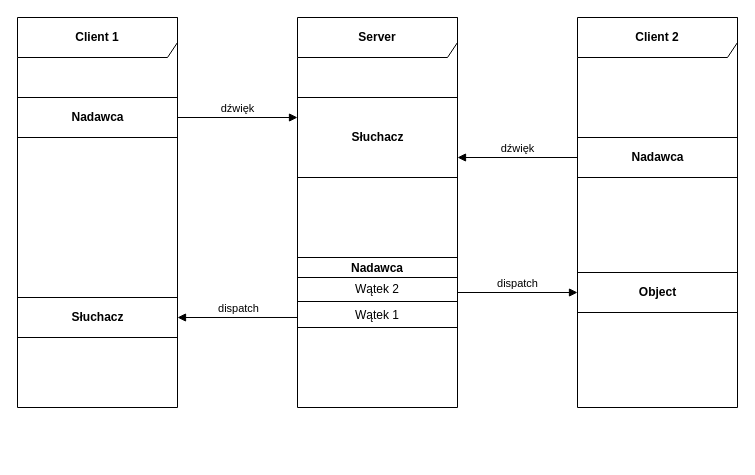
The draw.io diagram Diagram.drawio in Robak132/WiFi-Talkie, before the edit. Source tidied: cells renumbered, new cells numbered last; positions are measured from the earlier drawing's top-left corner, leaving out a move shared by most shapes. Both pictures are drawn from the tidied source at 100%, with x=0, y=0 at pixel (17, 17).
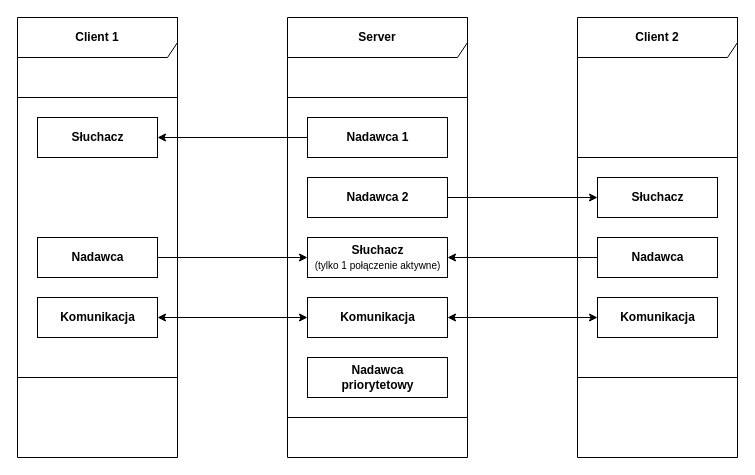
The same diagram, later.

Commit message (it also covers changes not shown here):
Small refactoring and updated diagram

Diff of the diagram source:
```diff
@@
     <mxCell id="2" value="&lt;b&gt;Client 1&lt;/b&gt;" style="shape=umlFrame;whiteSpace=wrap;html=1;width=160;height=40;" parent="1" vertex="1">
-      <mxGeometry width="160" height="390" as="geometry" />
+      <mxGeometry width="160" height="440" as="geometry" />
     </mxCell>
+    <mxCell id="20" style="rounded=0;whiteSpace=wrap;html=1;" parent="1" vertex="1">
+      <mxGeometry y="80" width="160" height="280" as="geometry" />
+    </mxCell>
-    <mxCell id="3" value="&lt;b&gt;Server&lt;/b&gt;" style="shape=umlFrame;whiteSpace=wrap;html=1;width=160;height=40;" parent="1" vertex="1">
-      <mxGeometry x="280" width="160" height="390" as="geometry" />
+    <mxCell id="3" value="&lt;b&gt;Server&lt;/b&gt;" style="shape=umlFrame;whiteSpace=wrap;html=1;width=180;height=40;" parent="1" vertex="1">
+      <mxGeometry x="270" width="180" height="440" as="geometry" />
     </mxCell>
     <mxCell id="4" value="&lt;b&gt;Client 2&lt;/b&gt;" style="shape=umlFrame;whiteSpace=wrap;html=1;width=160;height=40;" parent="1" vertex="1">
-      <mxGeometry x="560" width="160" height="390" as="geometry" />
+      <mxGeometry x="560" width="160" height="440" as="geometry" />
     </mxCell>
     <mxCell id="5" value="&lt;b&gt;Nadawca&lt;/b&gt;" style="html=1;" parent="1" vertex="1">
-      <mxGeometry y="80" width="160" height="40" as="geometry" />
+      <mxGeometry x="20" y="220" width="120" height="40" as="geometry" />
     </mxCell>
     <mxCell id="6" value="&lt;span style=&quot;font-family: &amp;#34;arial&amp;#34;&quot;&gt;&lt;font style=&quot;font-size: 12px&quot;&gt;&lt;b&gt;Słuchacz&lt;/b&gt;&lt;/font&gt;&lt;/span&gt;" style="html=1;" parent="1" vertex="1">
-      <mxGeometry y="280" width="160" height="40" as="geometry" />
+      <mxGeometry x="20" y="100" width="120" height="40" as="geometry" />
     </mxCell>
+    <mxCell id="21" style="edgeStyle=orthogonalEdgeStyle;rounded=0;orthogonalLoop=1;jettySize=auto;html=1;exitX=0.5;exitY=1;exitDx=0;exitDy=0;" parent="1" edge="1" source="6" target="6">
+      <mxGeometry relative="1" as="geometry" />
+    </mxCell>
+    <mxCell id="22" style="rounded=0;whiteSpace=wrap;html=1;" parent="1" vertex="1">
+      <mxGeometry x="270" y="80" width="180" height="320" as="geometry" />
+    </mxCell>
+    <mxCell id="23" value="&lt;b&gt;Komunikacja&lt;/b&gt;" style="html=1;" parent="1" vertex="1">
+      <mxGeometry x="20" y="280" width="120" height="40" as="geometry" />
+    </mxCell>
+    <mxCell id="24" value="&lt;span style=&quot;font-family: &amp;#34;arial&amp;#34;&quot;&gt;&lt;font style=&quot;font-size: 12px&quot;&gt;&lt;b&gt;Nadawca 1&lt;/b&gt;&lt;/font&gt;&lt;/span&gt;" style="html=1;" parent="1" vertex="1">
+      <mxGeometry x="290" y="100" width="140" height="40" as="geometry" />
+    </mxCell>
+    <mxCell id="25" style="endArrow=classic;html=1;exitX=0;exitY=0.5;exitDx=0;exitDy=0;entryX=1;entryY=0.5;entryDx=0;entryDy=0;" parent="1" edge="1" source="24" target="6">
+      <mxGeometry relative="1" as="geometry" />
+    </mxCell>
+    <mxCell id="26" style="rounded=0;whiteSpace=wrap;html=1;" parent="1" vertex="1">
+      <mxGeometry x="560" y="140" width="160" height="220" as="geometry" />
+    </mxCell>
+    <mxCell id="8" value="&lt;b&gt;Nadawca&lt;/b&gt;" style="html=1;" parent="1" vertex="1">
+      <mxGeometry x="580" y="220" width="120" height="40" as="geometry" />
+    </mxCell>
-    <mxCell id="7" value="&lt;span style=&quot;font-family: &amp;#34;arial&amp;#34;&quot;&gt;&lt;b&gt;Słuchacz&lt;/b&gt;&lt;/span&gt;" style="html=1;" parent="1" vertex="1">
-      <mxGeometry x="280" y="80" width="160" height="80" as="geometry" />
+    <mxCell id="7" value="&lt;span style=&quot;font-family: &amp;#34;arial&amp;#34;&quot;&gt;&lt;font style=&quot;font-size: 12px&quot;&gt;&lt;b&gt;Słuchacz&lt;/b&gt;&lt;/font&gt;&lt;/span&gt;" style="html=1;" parent="1" vertex="1">
+      <mxGeometry x="580" y="160" width="120" height="40" as="geometry" />
     </mxCell>
-    <mxCell id="8" value="&lt;b&gt;Nadawca&lt;/b&gt;" style="html=1;" parent="1" vertex="1">
-      <mxGeometry x="560" y="120" width="160" height="40" as="geometry" />
-    </mxCell>
-    <mxCell id="9" value="&lt;b&gt;Object&lt;/b&gt;" style="html=1;" parent="1" vertex="1">
-      <mxGeometry x="560" y="255" width="160" height="40" as="geometry" />
-    </mxCell>
-    <mxCell id="10" value="dźwięk" style="html=1;verticalAlign=bottom;endArrow=block;exitX=1;exitY=0.5;exitDx=0;exitDy=0;entryX=0;entryY=0.25;entryDx=0;entryDy=0;" parent="1" edge="1" source="5" target="7">
-      <mxGeometry relative="1" as="geometry" />
-    </mxCell>
-    <mxCell id="11" value="dźwięk" style="html=1;verticalAlign=bottom;endArrow=block;exitX=0;exitY=0.5;exitDx=0;exitDy=0;entryX=1;entryY=0.75;entryDx=0;entryDy=0;" parent="1" edge="1" source="8" target="7">
-      <mxGeometry relative="1" as="geometry" />
-    </mxCell>
-    <mxCell id="12" value="dispatch" style="html=1;verticalAlign=bottom;endArrow=block;entryX=1;entryY=0.5;entryDx=0;entryDy=0;exitX=0.006;exitY=0.857;exitDx=0;exitDy=0;exitPerimeter=0;" parent="1" edge="1" source="14" target="6">
-      <mxGeometry relative="1" as="geometry" />
-    </mxCell>
-    <mxCell id="13" value="dispatch" style="html=1;verticalAlign=bottom;endArrow=block;entryX=0;entryY=0.5;entryDx=0;entryDy=0;exitX=1;exitY=0.5;exitDx=0;exitDy=0;" parent="1" edge="1" source="14" target="9">
-      <mxGeometry relative="1" as="geometry" />
-    </mxCell>
-    <mxCell id="14" style="html=1;" parent="1" vertex="1">
-      <mxGeometry x="280" y="240" width="160" height="70" as="geometry" />
-    </mxCell>
-    <mxCell id="15" value="Nadawca" style="text;align=center;fontStyle=1;verticalAlign=middle;spacingLeft=3;spacingRight=3;strokeColor=none;" parent="1" vertex="1">
-      <mxGeometry x="280" y="240" width="160" height="20" as="geometry" />
-    </mxCell>
-    <mxCell id="16" style="line;strokeWidth=1;fillColor=none;align=left;verticalAlign=middle;spacingTop=-1;spacingLeft=3;spacingRight=3;labelPosition=right;" parent="1" vertex="1">
-      <mxGeometry x="280" y="256" width="160" height="8" as="geometry" />
-    </mxCell>
-    <mxCell id="17" style="line;strokeWidth=1;fillColor=none;align=left;verticalAlign=middle;spacingTop=-1;spacingLeft=3;spacingRight=3;labelPosition=right;" parent="1" vertex="1">
-      <mxGeometry x="280" y="280" width="160" height="8" as="geometry" />
-    </mxCell>
-    <mxCell id="18" value="Wątek 2" style="text;align=center;fontStyle=0;verticalAlign=middle;spacingLeft=3;spacingRight=3;strokeColor=none;" parent="1" vertex="1">
-      <mxGeometry x="280" y="262" width="160" height="18" as="geometry" />
-    </mxCell>
-    <mxCell id="19" value="Wątek 1" style="text;align=center;fontStyle=0;verticalAlign=middle;spacingLeft=3;spacingRight=3;strokeColor=none;" parent="1" vertex="1">
-      <mxGeometry x="280" y="288" width="160" height="18" as="geometry" />
-    </mxCell>
+    <mxCell id="27" value="&lt;b&gt;Komunikacja&lt;/b&gt;" style="html=1;" parent="1" vertex="1">
+      <mxGeometry x="580" y="280" width="120" height="40" as="geometry" />
+    </mxCell>
+    <mxCell id="28" style="endArrow=classic;html=1;entryX=0;entryY=0.5;entryDx=0;entryDy=0;exitX=1;exitY=0.5;exitDx=0;exitDy=0;" parent="1" edge="1" source="29" target="7">
+      <mxGeometry relative="1" as="geometry" />
+    </mxCell>
+    <mxCell id="29" value="&lt;span style=&quot;font-family: &amp;#34;arial&amp;#34;&quot;&gt;&lt;font style=&quot;font-size: 12px&quot;&gt;&lt;b&gt;Nadawca 2&lt;/b&gt;&lt;/font&gt;&lt;/span&gt;" style="html=1;" parent="1" vertex="1">
+      <mxGeometry x="290" y="160" width="140" height="40" as="geometry" />
+    </mxCell>
+    <mxCell id="30" value="&lt;b&gt;Nadawca&lt;/b&gt;&lt;br&gt;&lt;b&gt;priorytetowy&lt;/b&gt;" style="html=1;" parent="1" vertex="1">
+      <mxGeometry x="290" y="340" width="140" height="40" as="geometry" />
+    </mxCell>
+    <mxCell id="31" value="&lt;b&gt;Komunikacja&lt;/b&gt;" style="html=1;" parent="1" vertex="1">
+      <mxGeometry x="290" y="280" width="140" height="40" as="geometry" />
+    </mxCell>
+    <mxCell id="32" style="endArrow=classic;startArrow=classic;html=1;entryX=0;entryY=0.5;entryDx=0;entryDy=0;exitX=1;exitY=0.5;exitDx=0;exitDy=0;" parent="1" edge="1" source="23" target="31">
+      <mxGeometry relative="1" as="geometry" />
+    </mxCell>
+    <mxCell id="33" style="endArrow=classic;startArrow=classic;html=1;entryX=0;entryY=0.5;entryDx=0;entryDy=0;exitX=1;exitY=0.5;exitDx=0;exitDy=0;" parent="1" edge="1" source="31" target="27">
+      <mxGeometry relative="1" as="geometry" />
+    </mxCell>
+    <mxCell id="34" value="&lt;span style=&quot;font-family: &amp;#34;arial&amp;#34;&quot;&gt;&lt;font&gt;&lt;b style=&quot;font-size: 12px&quot;&gt;Słuchacz&lt;/b&gt;&lt;br&gt;&lt;font style=&quot;font-size: 10px&quot;&gt;(tylko 1 połączenie aktywne)&lt;/font&gt;&lt;br&gt;&lt;/font&gt;&lt;/span&gt;" style="html=1;" parent="1" vertex="1">
+      <mxGeometry x="290" y="220" width="140" height="40" as="geometry" />
+    </mxCell>
+    <mxCell id="35" style="endArrow=classic;html=1;exitX=0;exitY=0.5;exitDx=0;exitDy=0;entryX=1;entryY=0.5;entryDx=0;entryDy=0;" parent="1" edge="1" source="8" target="34">
+      <mxGeometry relative="1" as="geometry" />
+    </mxCell>
+    <mxCell id="36" style="endArrow=classic;html=1;exitX=1;exitY=0.5;exitDx=0;exitDy=0;entryX=0;entryY=0.5;entryDx=0;entryDy=0;" parent="1" edge="1" source="5" target="34">
+      <mxGeometry relative="1" as="geometry" />
+    </mxCell>
```
